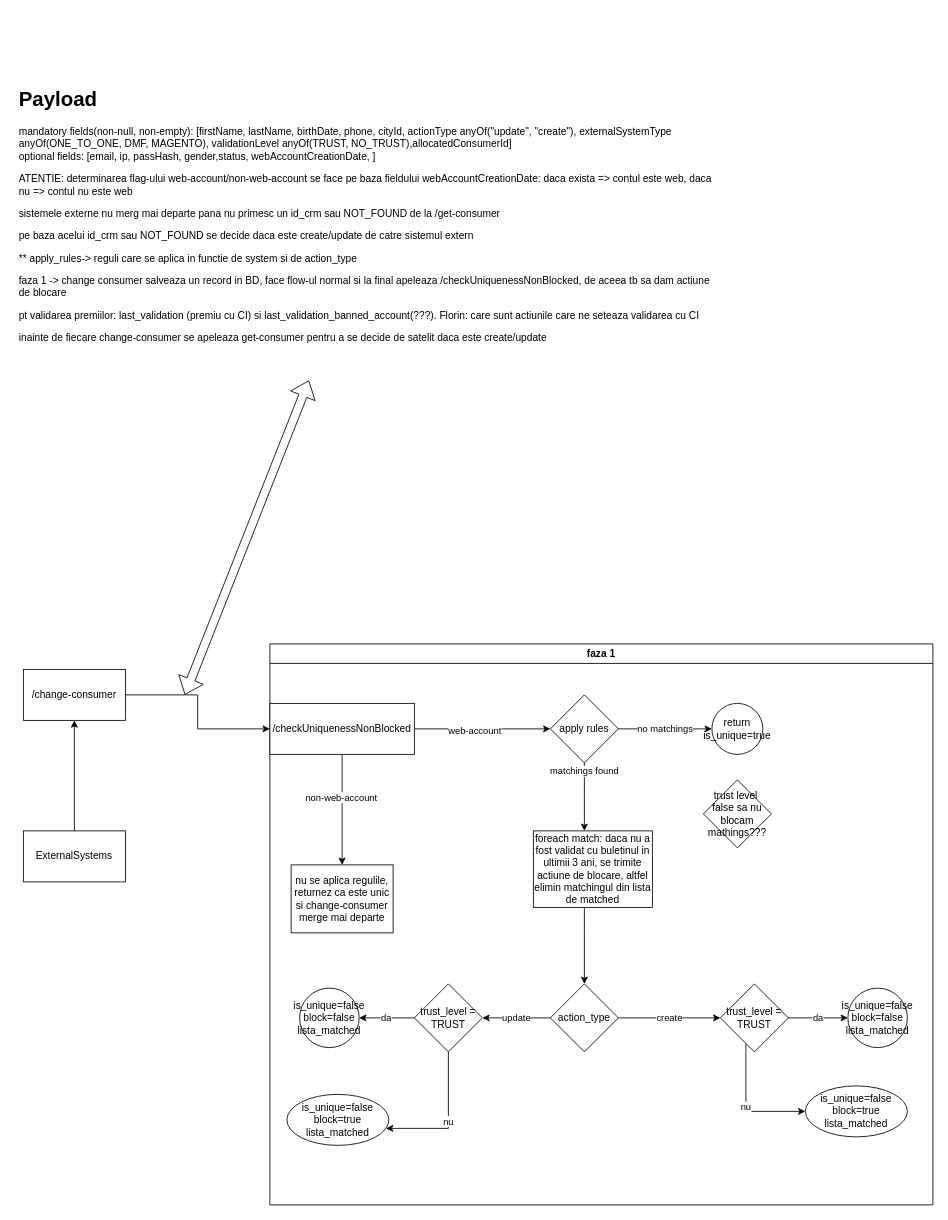
The draw.io diagram identity-matcher.drawio in btalpiga/3nyble-draw-io, before the edit. Source tidied: cells renumbered, new cells numbered last; positions are measured from the earlier drawing's top-left corner, leaving out a move shared by most shapes. Both pictures are drawn from the tidied source at 85%, with x=0, y=0 at pixel (14, 82).
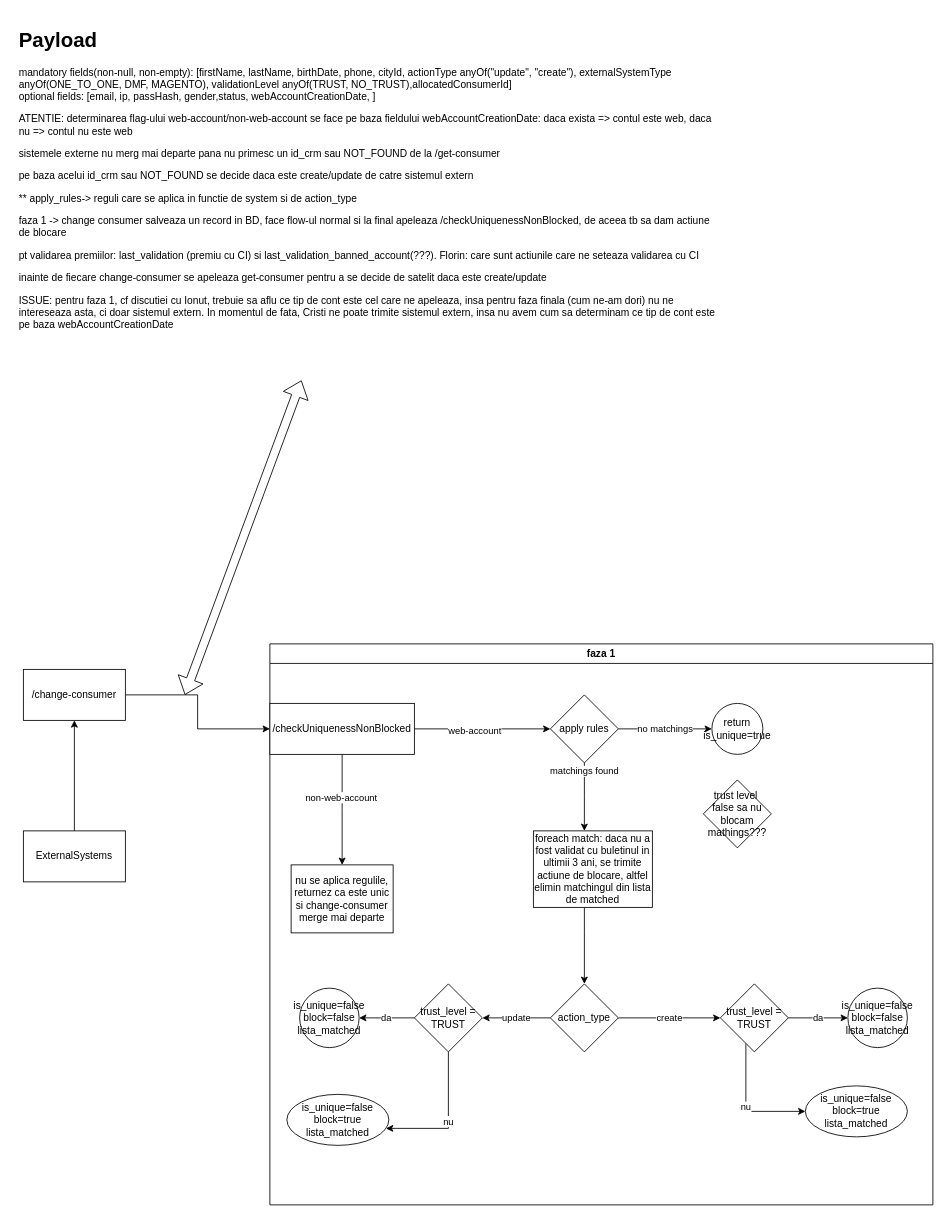
After the change.

Diff of the diagram source:
```diff
@@
-    <mxCell id="31" value="&lt;h1&gt;Payload&lt;/h1&gt;&lt;span style=&quot;text-align: center;&quot;&gt;mandatory fields(non-null, non-empty): [firstName, lastName, birthDate, phone, cityId, actionType anyOf(&quot;update&quot;, &quot;create&quot;), externalSystemType anyOf(ONE_TO_ONE, DMF, MAGENTO), validationLevel anyOf(TRUST, NO_TRUST),&lt;/span&gt;&lt;span style=&quot;text-align: center;&quot;&gt;allocatedConsumerId&lt;/span&gt;&lt;span style=&quot;text-align: center;&quot;&gt;]&lt;br&gt;optional fields: [email, ip, passHash, gender,&lt;/span&gt;&lt;span style=&quot;text-align: center;&quot;&gt;status,&amp;nbsp;&lt;/span&gt;&lt;span style=&quot;text-align: center;&quot;&gt;webAccountCreationDate, ]&lt;br&gt;&lt;/span&gt;&lt;p&gt;ATENTIE: determinarea flag-ului web-account/non-web-account se face pe baza fieldului webAccountCreationDate: daca exista =&amp;gt; contul este web, daca nu =&amp;gt; contul nu este web&lt;/p&gt;&lt;p&gt;sistemele externe nu merg mai departe pana nu primesc un id_crm sau NOT_FOUND de la /get-consumer&lt;/p&gt;&lt;p&gt;pe baza acelui id_crm sau NOT_FOUND se decide daca este create/update de catre sistemul extern&lt;/p&gt;&lt;p&gt;** apply_rules-&amp;gt; reguli care se aplica in functie de system si de action_type&lt;/p&gt;&lt;p&gt;faza 1 -&amp;gt; change consumer salveaza un record in BD, face flow-ul normal si la final apeleaza /checkUniquenessNonBlocked, de aceea tb sa dam actiune de blocare&lt;/p&gt;&lt;p&gt;pt validarea premiilor: last_validation (premiu cu CI) si last_validation_banned_account(???). Florin: care sunt actiunile care ne seteaza validarea cu CI&lt;/p&gt;&lt;p&gt;inainte de fiecare change-consumer se apeleaza get-consumer pentru a se decide de satelit daca este create/update&lt;/p&gt;&lt;p&gt;&lt;br&gt;&lt;/p&gt;&lt;p&gt;&lt;br&gt;&lt;/p&gt;" style="text;html=1;strokeColor=none;fillColor=none;spacing=5;spacingTop=-20;whiteSpace=wrap;overflow=hidden;rounded=0;" parent="1" vertex="1">
-      <mxGeometry width="830" height="350" as="geometry" />
+    <mxCell id="31" value="&lt;h1&gt;Payload&lt;/h1&gt;&lt;span style=&quot;text-align: center;&quot;&gt;mandatory fields(non-null, non-empty): [firstName, lastName, birthDate, phone, cityId, actionType anyOf(&quot;update&quot;, &quot;create&quot;), externalSystemType anyOf(ONE_TO_ONE, DMF, MAGENTO), validationLevel anyOf(TRUST, NO_TRUST),&lt;/span&gt;&lt;span style=&quot;text-align: center;&quot;&gt;allocatedConsumerId&lt;/span&gt;&lt;span style=&quot;text-align: center;&quot;&gt;]&lt;br&gt;optional fields: [email, ip, passHash, gender,&lt;/span&gt;&lt;span style=&quot;text-align: center;&quot;&gt;status,&amp;nbsp;&lt;/span&gt;&lt;span style=&quot;text-align: center;&quot;&gt;webAccountCreationDate, ]&lt;br&gt;&lt;/span&gt;&lt;p&gt;ATENTIE: determinarea flag-ului web-account/non-web-account se face pe baza fieldului webAccountCreationDate: daca exista =&amp;gt; contul este web, daca nu =&amp;gt; contul nu este web&lt;/p&gt;&lt;p&gt;sistemele externe nu merg mai departe pana nu primesc un id_crm sau NOT_FOUND de la /get-consumer&lt;/p&gt;&lt;p&gt;pe baza acelui id_crm sau NOT_FOUND se decide daca este create/update de catre sistemul extern&lt;/p&gt;&lt;p&gt;** apply_rules-&amp;gt; reguli care se aplica in functie de system si de action_type&lt;/p&gt;&lt;p&gt;faza 1 -&amp;gt; change consumer salveaza un record in BD, face flow-ul normal si la final apeleaza /checkUniquenessNonBlocked, de aceea tb sa dam actiune de blocare&lt;/p&gt;&lt;p&gt;pt validarea premiilor: last_validation (premiu cu CI) si last_validation_banned_account(???). Florin: care sunt actiunile care ne seteaza validarea cu CI&lt;/p&gt;&lt;p&gt;inainte de fiecare change-consumer se apeleaza get-consumer pentru a se decide de satelit daca este create/update&lt;/p&gt;&lt;p&gt;ISSUE: pentru faza 1, cf discutiei cu Ionut, trebuie sa aflu ce tip de cont este cel care ne apeleaza, insa pentru faza finala (cum ne-am dori) nu ne intereseaza asta, ci doar sistemul extern. In momentul de fata, Cristi ne poate trimite sistemul extern, insa nu avem cum sa determinam ce tip de cont este pe baza webAccountCreationDate&amp;nbsp;&lt;/p&gt;&lt;p&gt;&lt;br&gt;&lt;/p&gt;" style="text;html=1;strokeColor=none;fillColor=none;spacing=5;spacingTop=-20;whiteSpace=wrap;overflow=hidden;rounded=0;" parent="1" vertex="1">
+      <mxGeometry y="-70" width="830" height="420" as="geometry" />
     </mxCell>
```
